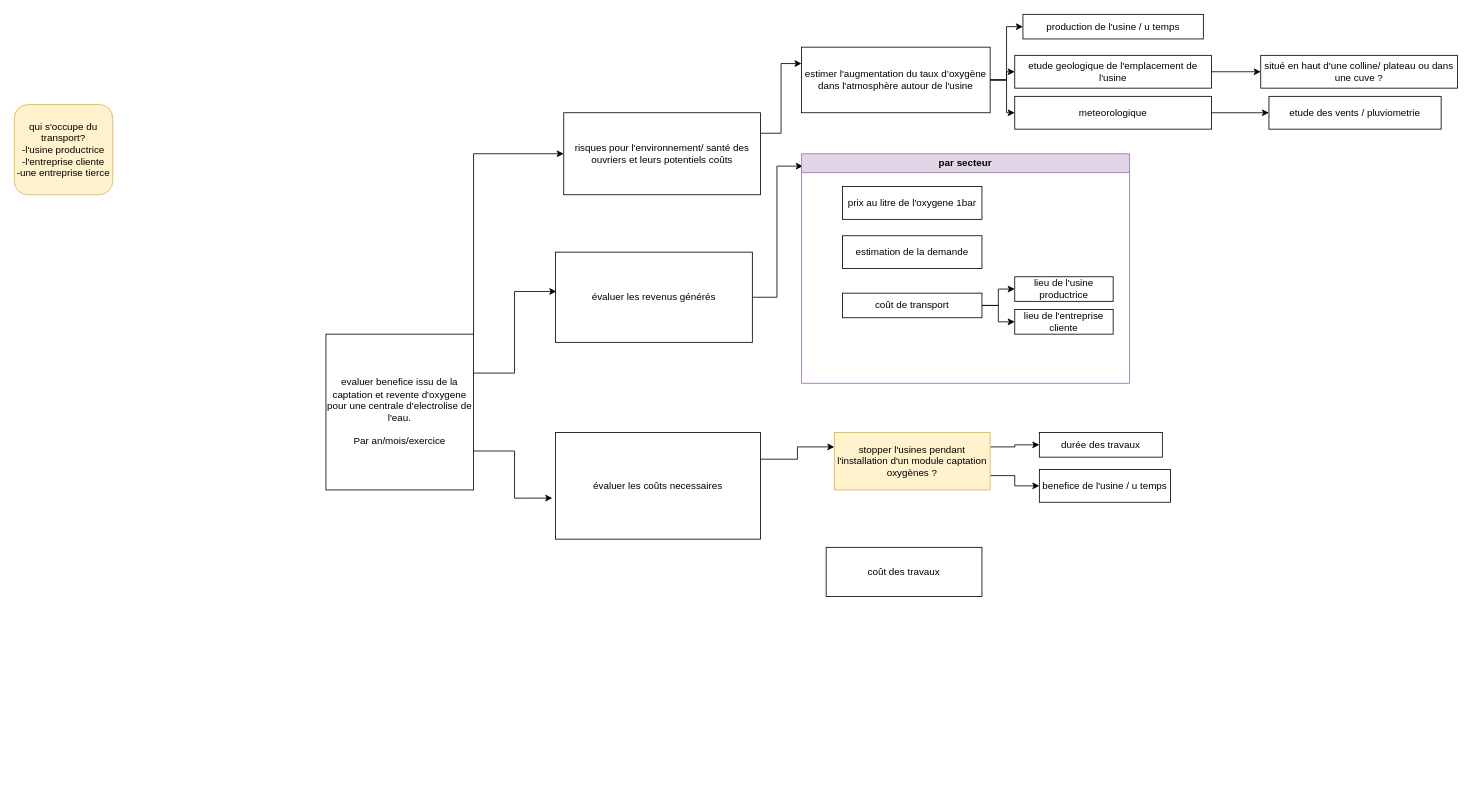
clement6494/ppe keeps this draw.io diagram as Diagramme sans nom.drawio. Above is the earlier version. Source tidied: cells renumbered, new cells numbered last; positions are measured from the earlier drawing's top-left corner, leaving out a move shared by most shapes. Both pictures are drawn from the tidied source at 82%, with x=0, y=0 at pixel (14, 14).
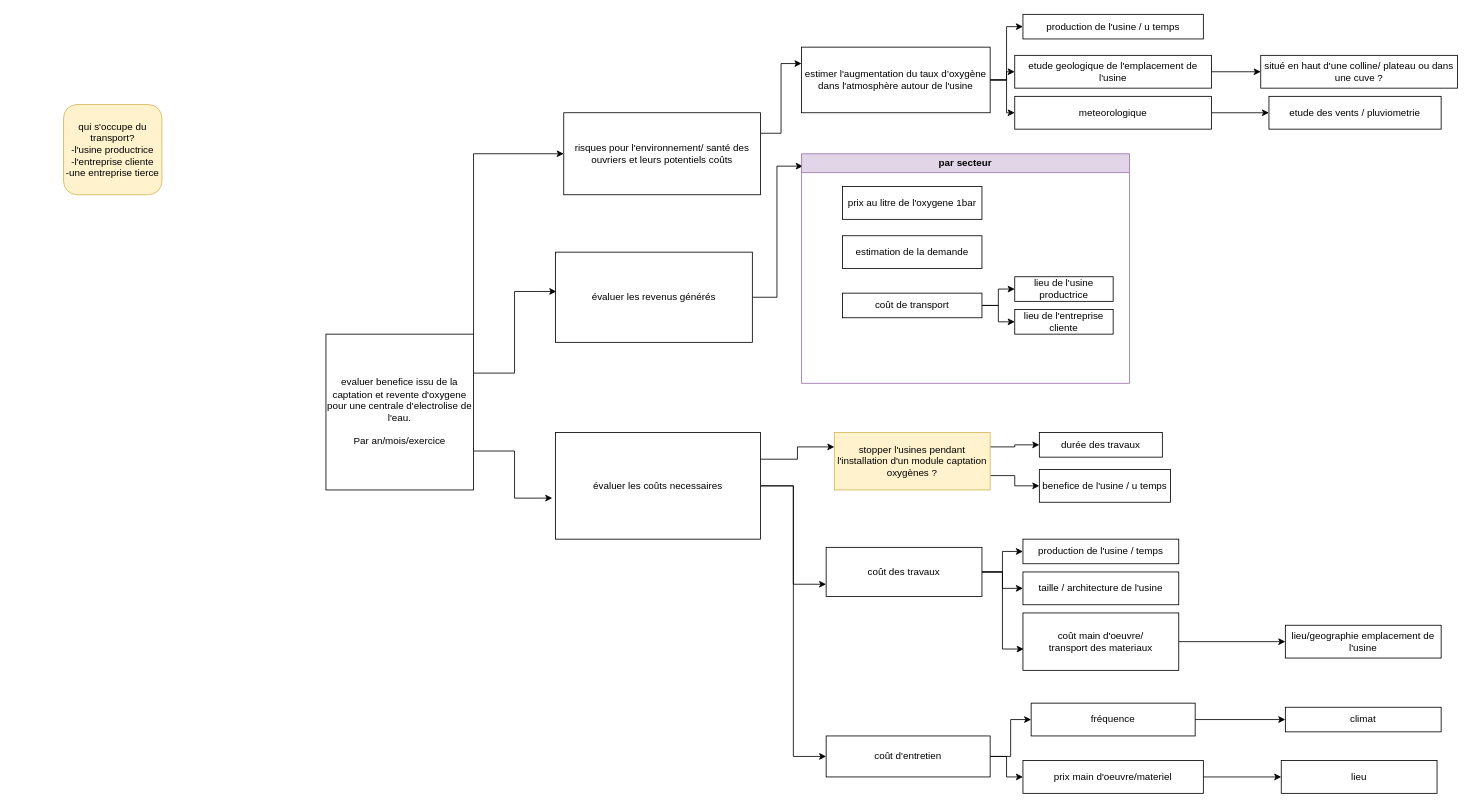
The same page after the edit.

Commit message:
Mettre à jour Diagramme sans nom.drawio

Unchanged cells that the change refers to:
```xml
<mxCell id="9" value="évaluer les coûts necessaires" style="rounded=0;whiteSpace=wrap;html=1;" parent="1" vertex="1">
  <mxGeometry x="660" y="510" width="250" height="130" as="geometry" />
</mxCell>
<mxCell id="27" value="coût des travaux" style="rounded=0;whiteSpace=wrap;html=1;" parent="1" vertex="1">
  <mxGeometry x="990" y="650" width="190" height="60" as="geometry" />
</mxCell>
```

What changed in the source:
```diff
@@
+    <mxCell id="38" style="edgeStyle=orthogonalEdgeStyle;rounded=0;jettySize=auto;html=1;entryX=0;entryY=0.75;entryDx=0;entryDy=0;" parent="1" edge="1" source="9" target="27">
+      <mxGeometry relative="1" as="geometry" />
+    </mxCell>
+    <mxCell id="39" style="edgeStyle=orthogonalEdgeStyle;rounded=0;jettySize=auto;html=1;entryX=0;entryY=0.5;entryDx=0;entryDy=0;" parent="1" edge="1" source="9" target="50">
+      <mxGeometry relative="1" as="geometry" />
+    </mxCell>
@@
+    <mxCell id="40" style="edgeStyle=orthogonalEdgeStyle;rounded=0;jettySize=auto;html=1;" parent="1" edge="1" source="27" target="43">
+      <mxGeometry relative="1" as="geometry" />
+    </mxCell>
+    <mxCell id="41" style="edgeStyle=orthogonalEdgeStyle;rounded=0;jettySize=auto;html=1;entryX=0;entryY=0.5;entryDx=0;entryDy=0;" parent="1" edge="1" source="27" target="44">
+      <mxGeometry relative="1" as="geometry" />
+    </mxCell>
+    <mxCell id="42" style="edgeStyle=orthogonalEdgeStyle;rounded=0;jettySize=auto;html=1;entryX=0.005;entryY=0.629;entryDx=0;entryDy=0;entryPerimeter=0;" parent="1" edge="1" source="27" target="47">
+      <mxGeometry relative="1" as="geometry" />
+    </mxCell>
@@
     <mxCell id="30" value="&lt;div&gt;qui s'occupe du transport?&lt;/div&gt;&lt;div&gt;-l'usine productrice&lt;/div&gt;&lt;div&gt;-l'entreprise cliente&lt;/div&gt;&lt;div&gt;-une entreprise tierce&lt;br&gt;&lt;/div&gt;" style="rounded=1;whiteSpace=wrap;html=1;fillColor=#fff2cc;strokeColor=#d6b656;" parent="1" vertex="1">
-      <mxGeometry y="110" width="120" height="110" as="geometry" />
+      <mxGeometry x="60" y="110" width="120" height="110" as="geometry" />
     </mxCell>
@@
+    <mxCell id="43" value="production de l'usine / temps" style="rounded=0;whiteSpace=wrap;html=1;" parent="1" vertex="1">
+      <mxGeometry x="1230" y="640" width="190" height="30" as="geometry" />
+    </mxCell>
+    <mxCell id="44" value="taille / architecture de l'usine" style="rounded=0;whiteSpace=wrap;html=1;" parent="1" vertex="1">
+      <mxGeometry x="1230" y="680" width="190" height="40" as="geometry" />
+    </mxCell>
+    <mxCell id="45" value="lieu/geographie emplacement de l'usine" style="rounded=0;whiteSpace=wrap;html=1;" parent="1" vertex="1">
+      <mxGeometry x="1550" y="745" width="190" height="40" as="geometry" />
+    </mxCell>
+    <mxCell id="46" style="edgeStyle=orthogonalEdgeStyle;rounded=0;jettySize=auto;html=1;entryX=0;entryY=0.5;entryDx=0;entryDy=0;" parent="1" edge="1" source="47" target="45">
+      <mxGeometry relative="1" as="geometry" />
+    </mxCell>
+    <mxCell id="47" value="&lt;div&gt;coût main d'oeuvre/&lt;/div&gt;&lt;div&gt;transport des materiaux&lt;br&gt;&lt;/div&gt;" style="rounded=0;whiteSpace=wrap;html=1;" parent="1" vertex="1">
+      <mxGeometry x="1230" y="730" width="190" height="70" as="geometry" />
+    </mxCell>
+    <mxCell id="48" style="edgeStyle=orthogonalEdgeStyle;rounded=0;jettySize=auto;html=1;entryX=0;entryY=0.5;entryDx=0;entryDy=0;" parent="1" edge="1" source="50" target="54">
+      <mxGeometry relative="1" as="geometry" />
+    </mxCell>
+    <mxCell id="49" style="edgeStyle=orthogonalEdgeStyle;rounded=0;jettySize=auto;html=1;entryX=0;entryY=0.5;entryDx=0;entryDy=0;" parent="1" edge="1" source="50" target="56">
+      <mxGeometry relative="1" as="geometry" />
+    </mxCell>
+    <mxCell id="50" value="coût d'entretien" style="rounded=0;whiteSpace=wrap;html=1;" parent="1" vertex="1">
+      <mxGeometry x="990" y="880" width="200" height="50" as="geometry" />
+    </mxCell>
+    <mxCell id="51" value="climat" style="rounded=0;whiteSpace=wrap;html=1;" parent="1" vertex="1">
+      <mxGeometry x="1550" y="845" width="190" height="30" as="geometry" />
+    </mxCell>
+    <mxCell id="52" value="lieu" style="rounded=0;whiteSpace=wrap;html=1;" parent="1" vertex="1">
+      <mxGeometry x="1545" y="910" width="190" height="40" as="geometry" />
+    </mxCell>
+    <mxCell id="53" style="edgeStyle=orthogonalEdgeStyle;rounded=0;jettySize=auto;html=1;entryX=0;entryY=0.5;entryDx=0;entryDy=0;" parent="1" edge="1" source="54" target="52">
+      <mxGeometry relative="1" as="geometry" />
+    </mxCell>
+    <mxCell id="54" value="prix main d'oeuvre/materiel" style="rounded=0;whiteSpace=wrap;html=1;" parent="1" vertex="1">
+      <mxGeometry x="1230" y="910" width="220" height="40" as="geometry" />
+    </mxCell>
+    <mxCell id="55" style="edgeStyle=orthogonalEdgeStyle;rounded=0;jettySize=auto;html=1;entryX=0;entryY=0.5;entryDx=0;entryDy=0;" parent="1" edge="1" source="56" target="51">
+      <mxGeometry relative="1" as="geometry" />
+    </mxCell>
+    <mxCell id="56" value="fréquence" style="rounded=0;whiteSpace=wrap;html=1;" parent="1" vertex="1">
+      <mxGeometry x="1240" y="840" width="200" height="40" as="geometry" />
+    </mxCell>
```
